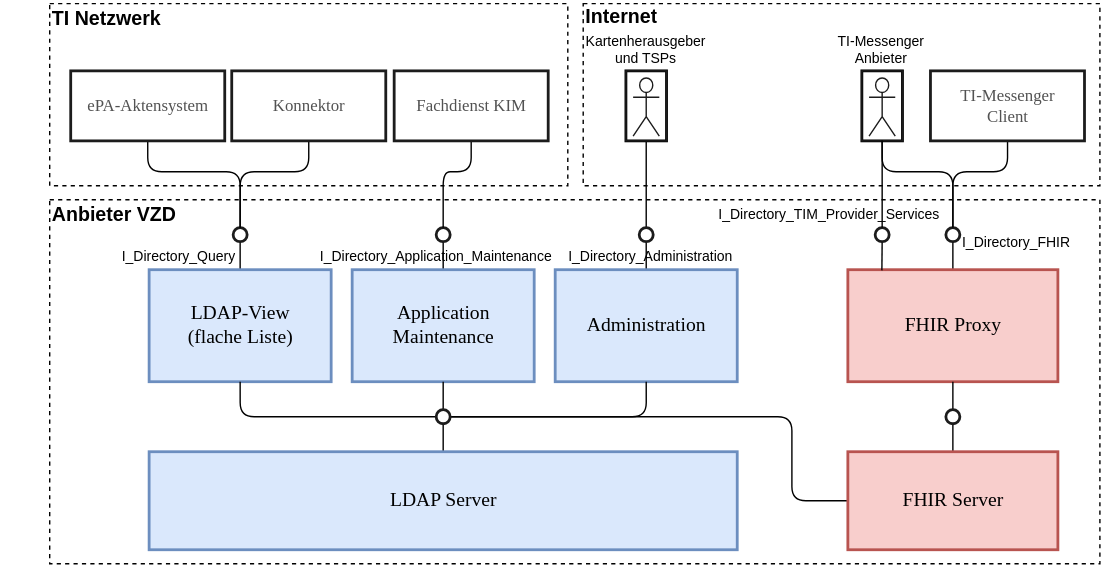
Above: images/VZD_Architektur.svg in gematik/api-vzd (draw.io), before the change. Source tidied: cells renumbered, new cells last; positions are measured from the earlier drawing's top-left corner, leaving out a move shared by most shapes.
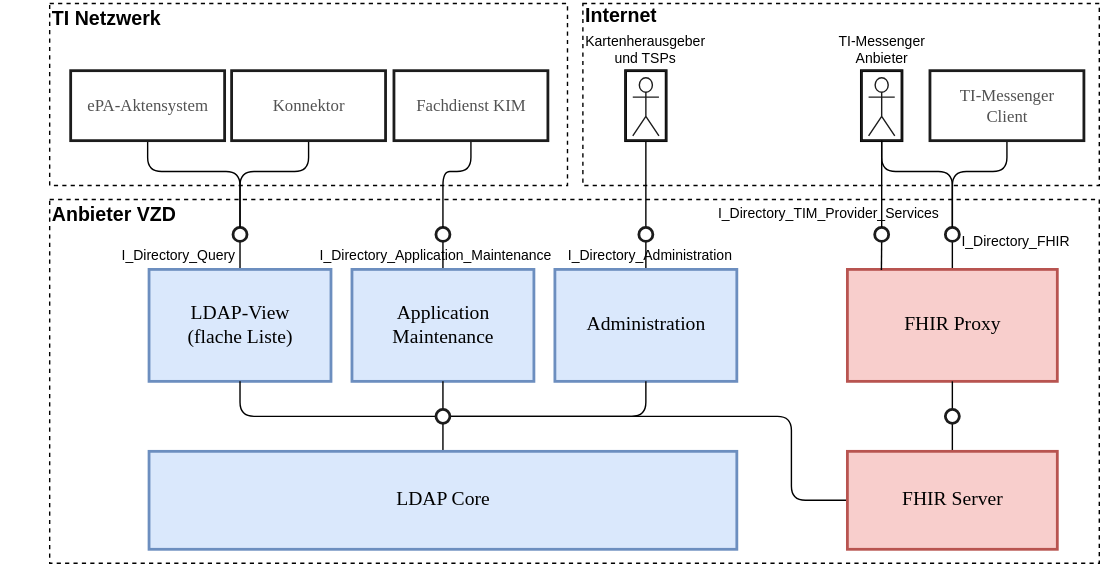
After the commit.

The edit, as a diff of the source:
```diff
@@ -26,7 +26,7 @@
     <mxCell id="9" style="edgeStyle=orthogonalEdgeStyle;rounded=1;jettySize=auto;html=1;exitX=0.5;exitY=0;exitDx=0;exitDy=0;entryX=0.5;entryY=1;entryDx=0;entryDy=0;fontSize=8;endArrow=none;endFill=0;" parent="1" edge="1" source="10" target="23">
       <mxGeometry relative="1" as="geometry" />
     </mxCell>
-    <mxCell id="10" value="LDAP Server" style="html=1;strokeColor=#6c8ebf;fillColor=#dae8fc;fontFamily=Tahoma;fontSize=14;align=center;strokeWidth=2;verticalAlign=middle;" parent="1" vertex="1">
+    <mxCell id="10" value="LDAP Core" style="html=1;strokeColor=#6c8ebf;fillColor=#dae8fc;fontFamily=Tahoma;fontSize=14;align=center;strokeWidth=2;verticalAlign=middle;" parent="1" vertex="1">
       <mxGeometry x="106" y="322" width="420" height="70" as="geometry" />
     </mxCell>
     <mxCell id="11" style="edgeStyle=orthogonalEdgeStyle;rounded=1;jettySize=auto;html=1;exitX=0.5;exitY=0;exitDx=0;exitDy=0;entryX=0.5;entryY=1;entryDx=0;entryDy=0;fontSize=12;endArrow=none;endFill=0;" parent="1" edge="1" source="13" target="33">
```
